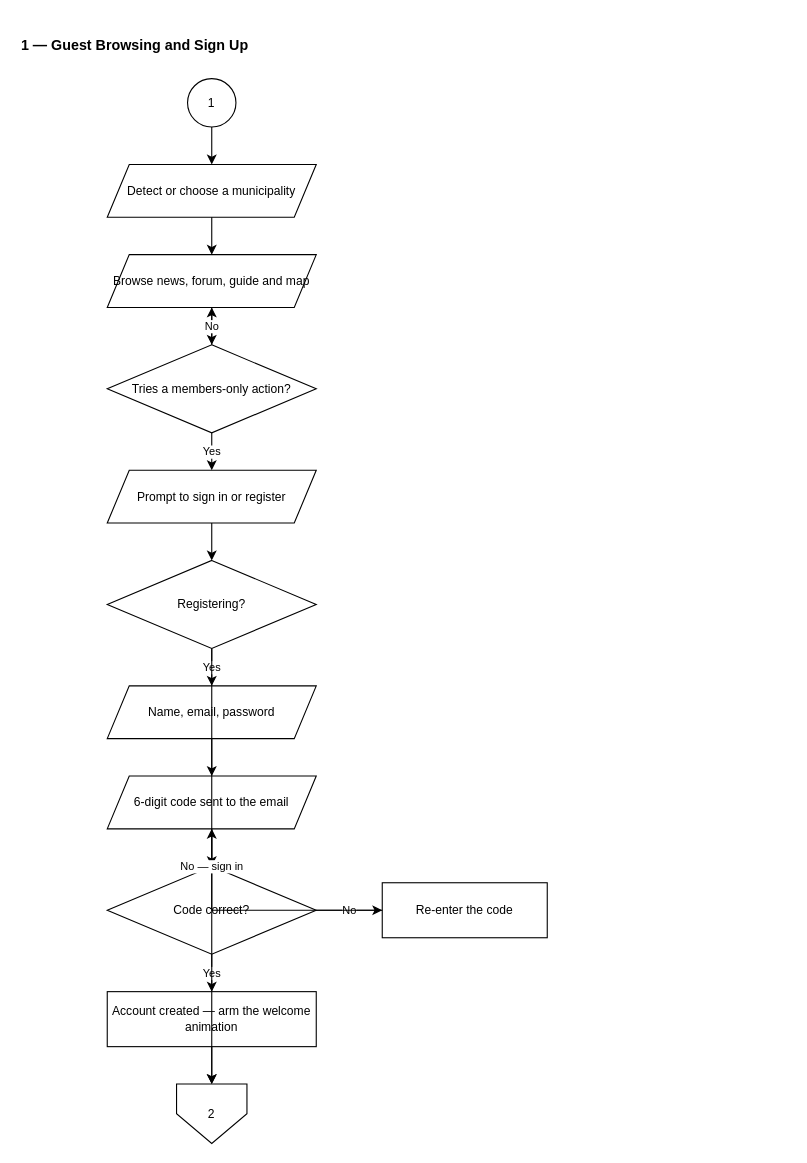
Earlier version of the draw.io diagram page "1 — Guest Browsing and Sign Up" (2 of 17) of Docs/Flowcharts/drawio/01-Citizen-App.drawio (MellowLaw/AGAPP). Source tidied: cells renumbered, new cells numbered last; positions are measured from the earlier drawing's top-left corner, leaving out a move shared by most shapes. Both pictures are drawn from the tidied source at 110%, with x=0, y=0 at pixel (19, 30).
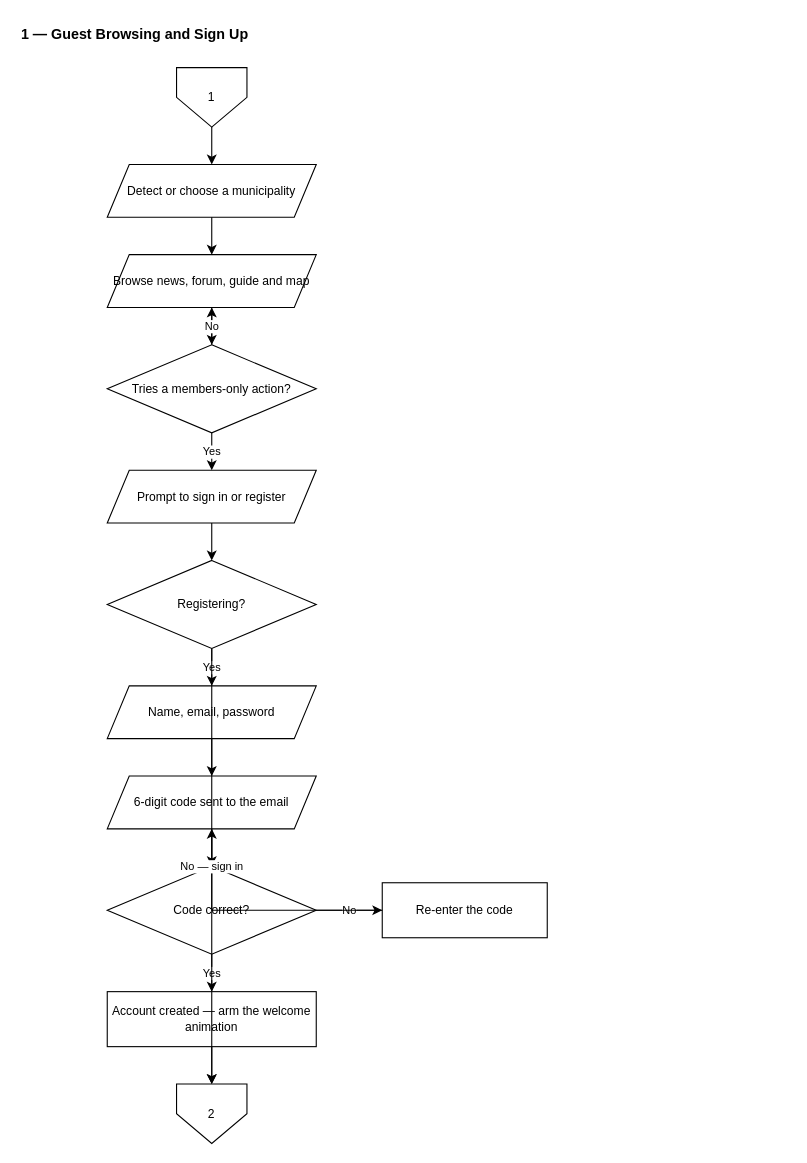
The same diagram, later.

The edit, as a diff of the source:
```diff
@@
     <mxCell id="2" value="1 — Guest Browsing and Sign Up" style="text;html=1;align=left;verticalAlign=middle;strokeColor=none;fillColor=none;fontSize=13;fontStyle=1;fontColor=#000000;" parent="1" vertex="1">
-      <mxGeometry width="700" height="26" as="geometry" />
+      <mxGeometry y="-10" width="700" height="26" as="geometry" />
     </mxCell>
-    <mxCell id="3" value="1" style="ellipse;whiteSpace=wrap;html=1;fillColor=#FFFFFF;strokeColor=#000000;fontColor=#000000;fontSize=11;" parent="1" vertex="1">
-      <mxGeometry x="153" y="44" width="44" height="44" as="geometry" />
+    <mxCell id="3" value="1" style="shape=offPageConnector;whiteSpace=wrap;html=1;size=0.5;fillColor=#FFFFFF;strokeColor=#000000;fontColor=#000000;fontSize=11;" parent="1" vertex="1">
+      <mxGeometry x="143" y="34" width="64" height="54" as="geometry" />
     </mxCell>
```
